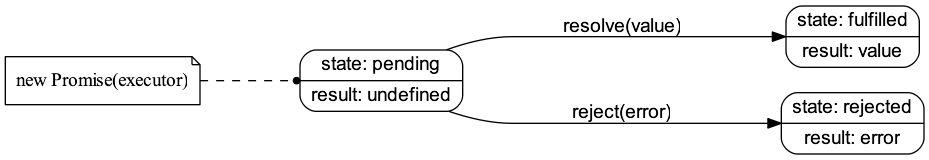
Earlier version of the Graphviz export static/image/2019/08/promise-states.png (Jeanhwea/jeanhwea.github.io). Its source is kept beside it as static/image/2019/08/promise-states.dot. Its diagram source:
```dot
digraph PromiseStates {
  rankdir=LR;
  new_note[shape=note, label="new Promise(executor)"];

  node [shape=Mrecord, fontname="Arial"];
  edge [minlen=4, fontname="Arial"];

  pending [label="state: pending|result: undefined"];
  fulfilled [label="state: fulfilled|result: value"];
  rejected [label="state: rejected|result: error"];

  new_note -> pending [style=dashed, arrowhead=dot, arrowsize=0.6, minlen=2];
  pending -> fulfilled [label="resolve(value)"];
  pending -> rejected [label="reject(error)"];

}
```
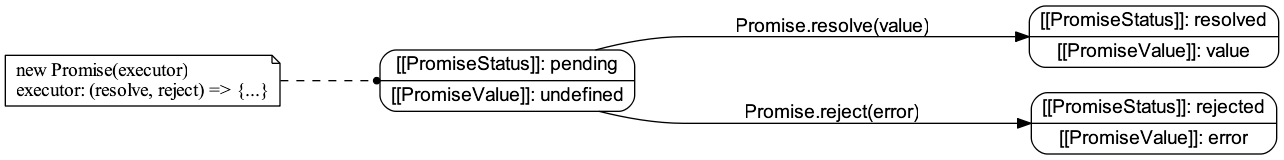
After the change.

What changed in the source:
```diff
@@ -1,16 +1,16 @@
 digraph PromiseStates {
   rankdir=LR;
-  new_note[shape=note, label="new Promise(executor)"];
+  new_note[shape=note, label="new Promise(executor)\lexecutor: (resolve, reject) => {...}"];
 
   node [shape=Mrecord, fontname="Arial"];
   edge [minlen=4, fontname="Arial"];
 
-  pending [label="state: pending|result: undefined"];
-  fulfilled [label="state: fulfilled|result: value"];
-  rejected [label="state: rejected|result: error"];
+  pending [label="[[PromiseStatus]]: pending|[[PromiseValue]]: undefined"];
+  resolved [label="[[PromiseStatus]]: resolved|[[PromiseValue]]: value"];
+  rejected [label="[[PromiseStatus]]: rejected|[[PromiseValue]]: error"];
 
   new_note -> pending [style=dashed, arrowhead=dot, arrowsize=0.6, minlen=2];
-  pending -> fulfilled [label="resolve(value)"];
-  pending -> rejected [label="reject(error)"];
+  pending -> resolved [label="Promise.resolve(value)"];
+  pending -> rejected [label="Promise.reject(error)"];
 
 }
```
